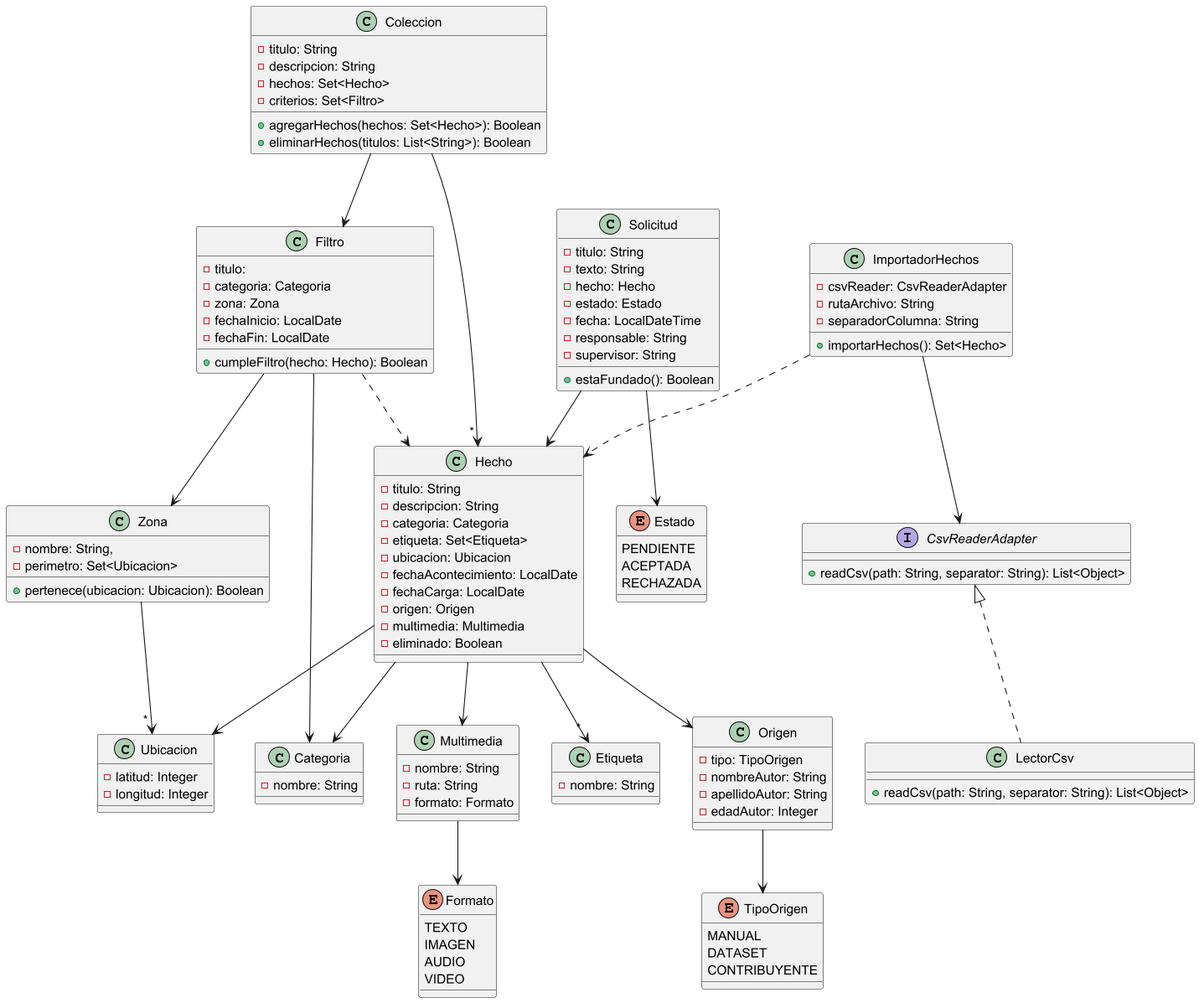
Before: docs/diagrama_de_clases.png, a diagram exported from PlantUML (Leo-de-Riv3r/2025-tpa-ma-ma-grupo-02-deploy).
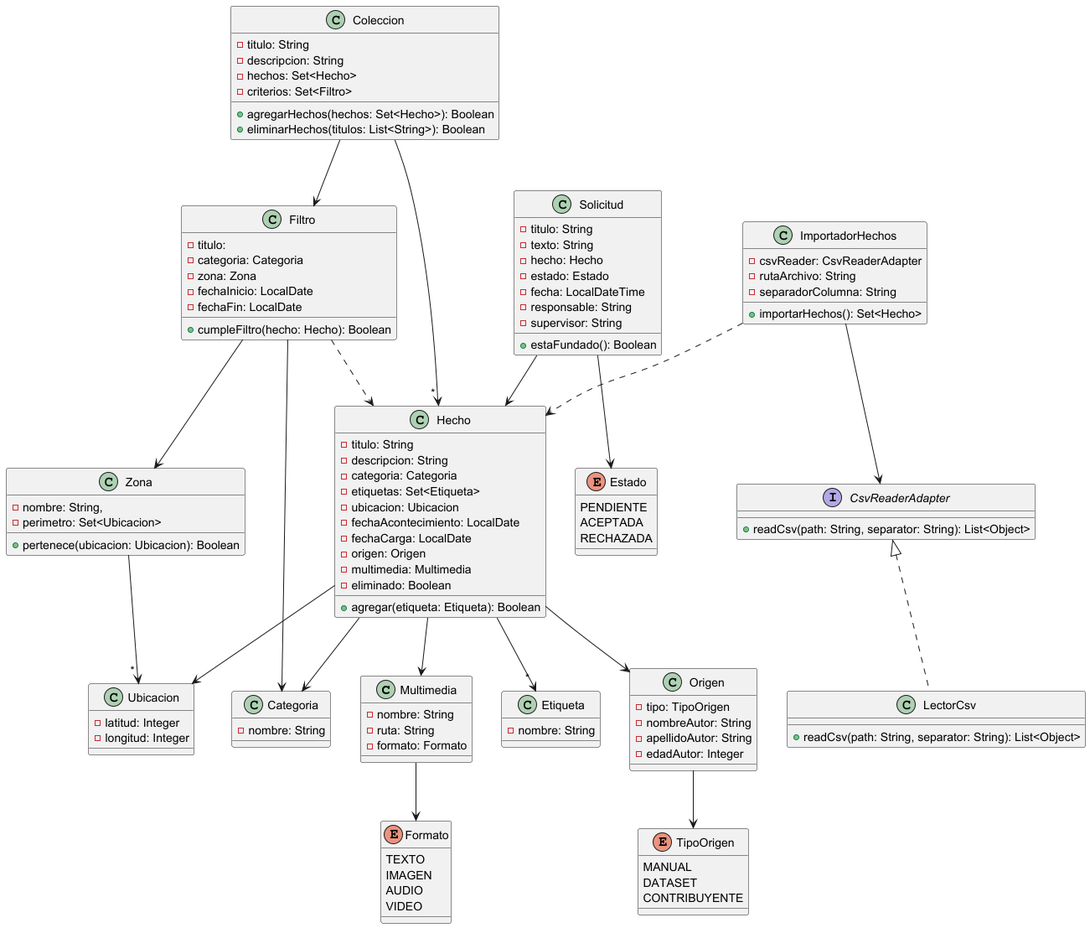
After the commit.

Commit message:
pequeña actualizacion diagrama de clases

The edit, as a diff of the source:
```diff
@@ -68,13 +68,14 @@
     - titulo: String
     - descripcion: String
     - categoria: Categoria
-    - etiqueta: Set<Etiqueta>
+    - etiquetas: Set<Etiqueta>
     - ubicacion: Ubicacion
     - fechaAcontecimiento: LocalDate
     - fechaCarga: LocalDate
     - origen: Origen
     - multimedia: Multimedia
     - eliminado: Boolean
+    + agregar(etiqueta: Etiqueta): Boolean
 }
 
 class Zona {
```
